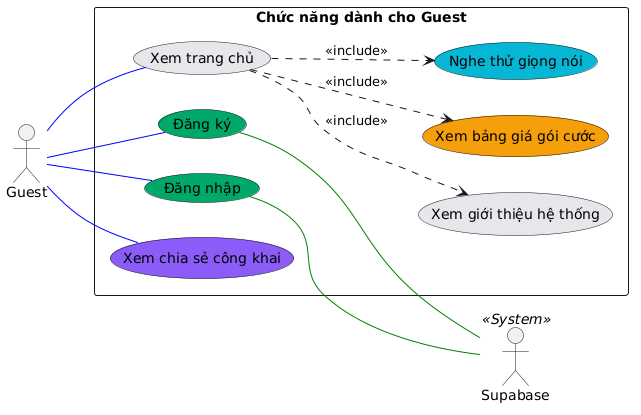
The PlantUML diagram temp/01-UseCase/UML-UseCase-Guest.png in 20206205Tech/docs-uml, before a commit.
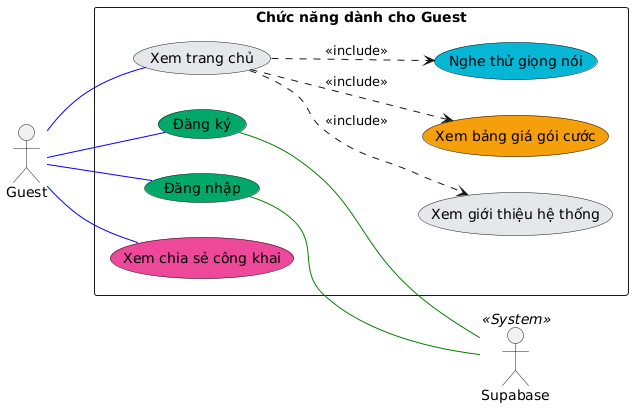
After the change.

Change to the diagram source:
```diff
@@ -13,7 +13,7 @@
   usecase "Nghe thử giọng nói" as UC_SampleVoice #06b6d4
   usecase "Đăng ký" as UC_Register #00a86b
   usecase "Đăng nhập" as UC_Login #00a86b
-  usecase "Xem chia sẻ công khai" as UC_PublicShare #8b5cf6
+  usecase "Xem chia sẻ công khai" as UC_PublicShare #ec4899
 
   UC_Home ..> UC_Intro : <<include>>
   UC_Home ..> UC_Pricing : <<include>>
```
